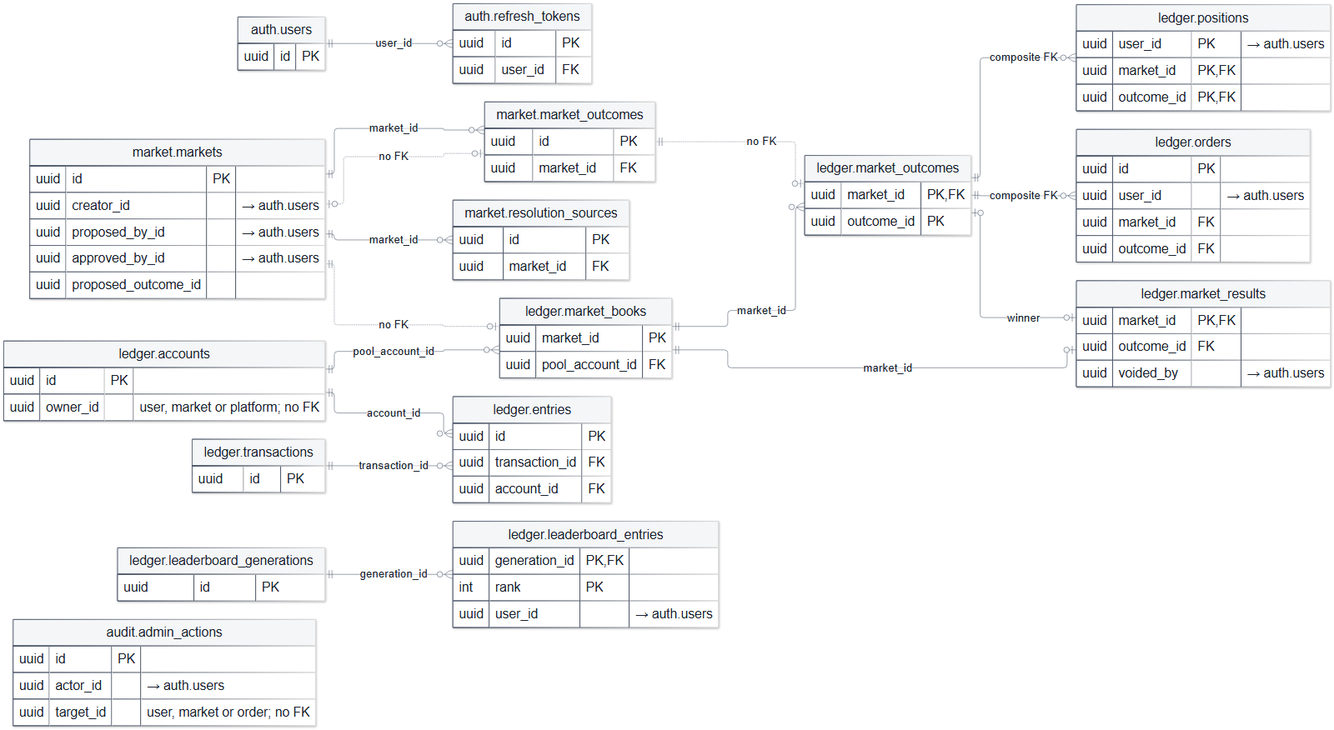
Before: docs/diagrams/rendered/04-erd-overview.png, a diagram exported from Mermaid (decker757/CS464). Its source is kept beside it as docs/diagrams/04-erd-overview.mmd.
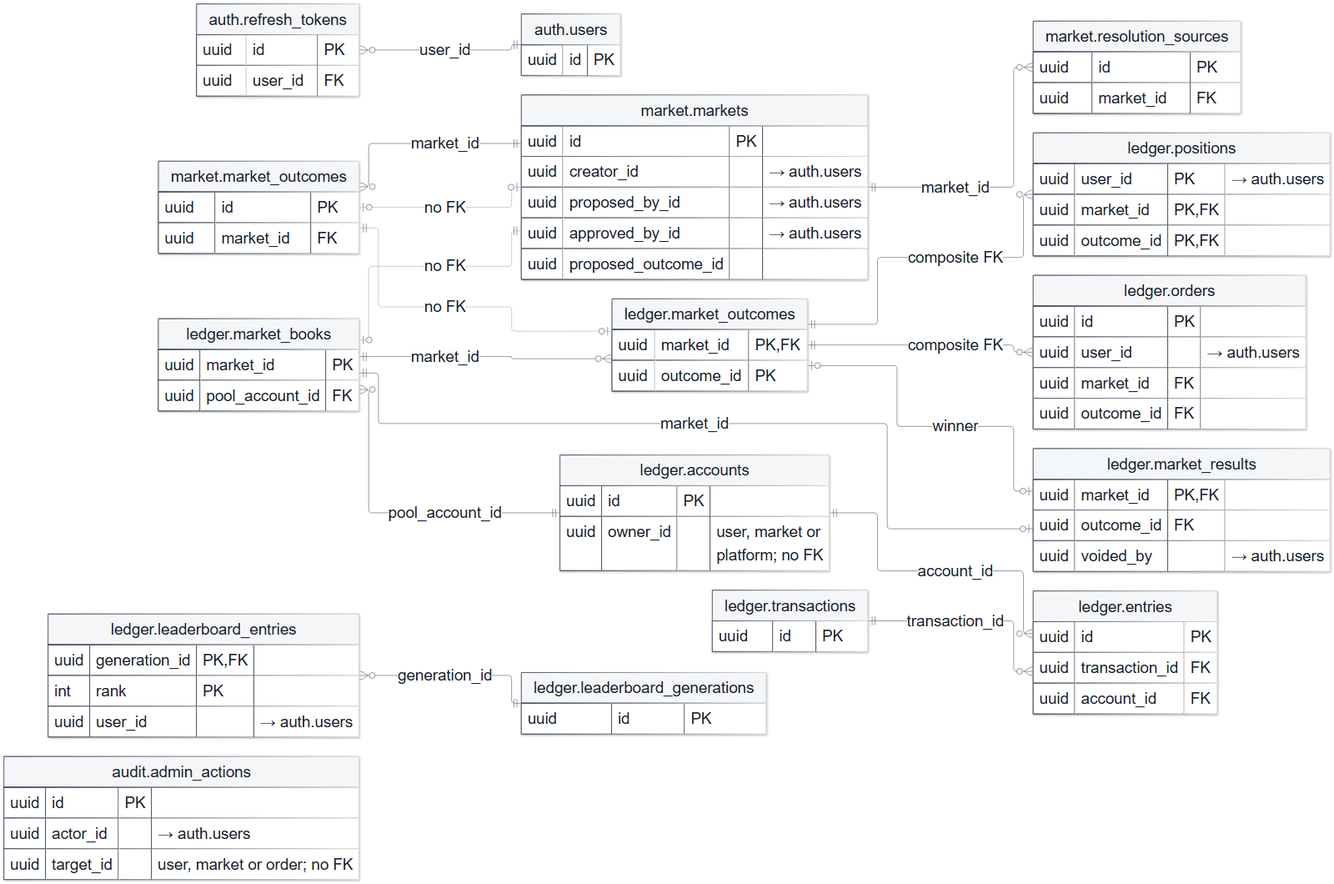
Later version of the same file.

What changed in the source:
```diff
@@ -1,4 +1,4 @@
-%%{init: {"themeVariables": {"fontSize": "28px"}, "themeCSS": ".edgeLabel .label, .edgeLabel p, .edgeLabel span { font-size: 24px !important; }"}}%%
+%%{init: {"elk": {"nodePlacementStrategy": "LINEAR_SEGMENTS"}, "themeVariables": {"fontSize": "32px"}, "themeCSS": ".edgeLabel .label, .edgeLabel p, .edgeLabel span { font-size: 32px !important; } .labelBkg { background-color: #FFFFFF !important; }"}}%%
 erDiagram
     direction LR
 
@@ -28,7 +28,7 @@
 
     ledger_accounts["ledger.accounts"] {
         uuid id PK
-        uuid owner_id "user, market or platform; no FK"
+        uuid owner_id "user, market or<br/>platform; no FK"
     }
     ledger_transactions["ledger.transactions"] {
         uuid id PK
@@ -77,19 +77,19 @@
         uuid target_id "user, market or order; no FK"
     }
 
-    auth_users ||--o{ auth_refresh_tokens : "user_id"
-    market_markets ||--o{ market_market_outcomes : "market_id"
+    auth_refresh_tokens }o--|| auth_users : "user_id"
+    market_market_outcomes }o--|| market_markets : "market_id"
     market_markets ||--o{ market_resolution_sources : "market_id"
     ledger_transactions ||--o{ ledger_entries : "transaction_id"
     ledger_accounts ||--o{ ledger_entries : "account_id"
-    ledger_accounts ||--o{ ledger_market_books : "pool_account_id"
+    ledger_market_books }o--|| ledger_accounts : "pool_account_id"
     ledger_market_books ||--o{ ledger_market_outcomes : "market_id"
     ledger_market_books ||--o| ledger_market_results : "market_id"
     ledger_market_outcomes ||--o{ ledger_positions : "composite FK"
     ledger_market_outcomes ||--o{ ledger_orders : "composite FK"
     ledger_market_outcomes |o--o| ledger_market_results : "winner"
-    ledger_leaderboard_generations ||--o{ ledger_leaderboard_entries : "generation_id"
+    ledger_leaderboard_entries }o--|| ledger_leaderboard_generations : "generation_id"
 
-    market_markets |o..o| market_market_outcomes : "no FK"
-    market_markets ||..o| ledger_market_books : "no FK"
+    market_market_outcomes |o..o| market_markets : "no FK"
+    ledger_market_books |o..|| market_markets : "no FK"
     market_market_outcomes ||..o| ledger_market_outcomes : "no FK"
```
